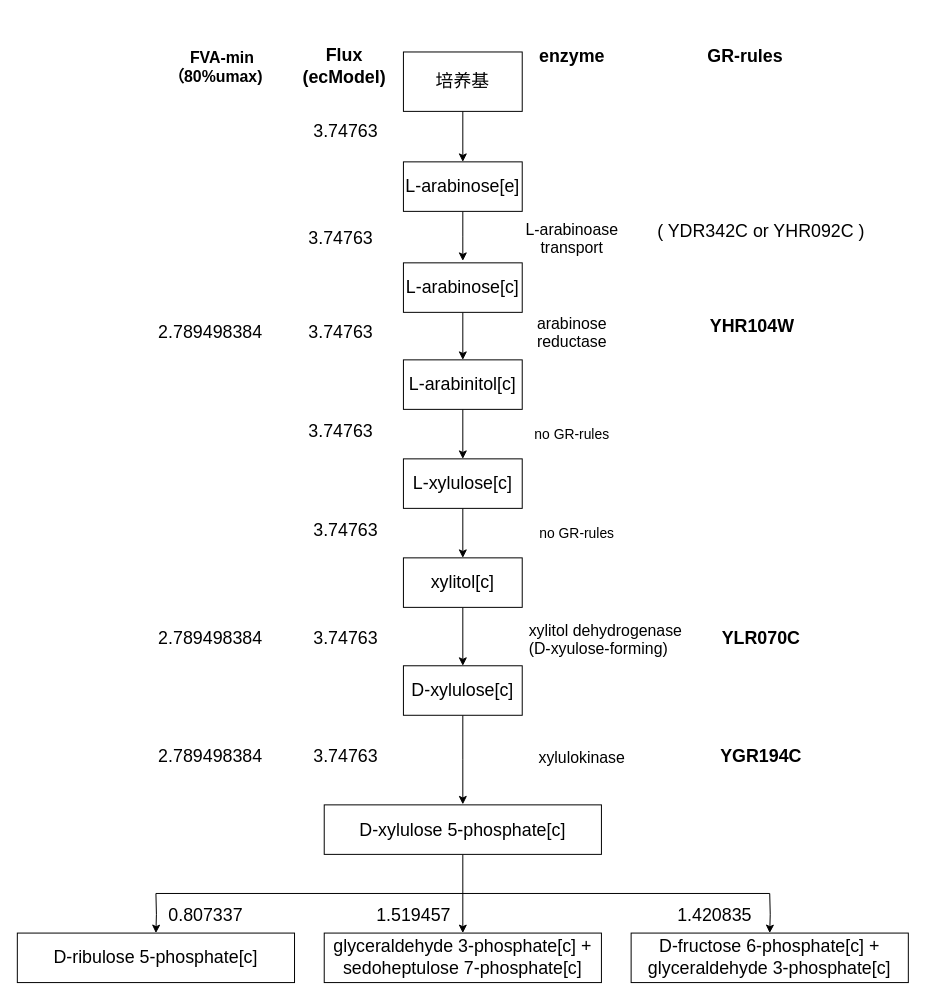
This is FLUX_necessity.drawio from awkil/drawio_o, a draw.io file, before an edit. Source tidied: cells renumbered, new cells numbered last; positions are measured from the earlier drawing's top-left corner, leaving out a move shared by most shapes. Both pictures are drawn from the tidied source at 99%, with x=0, y=0 at pixel (17, 17).
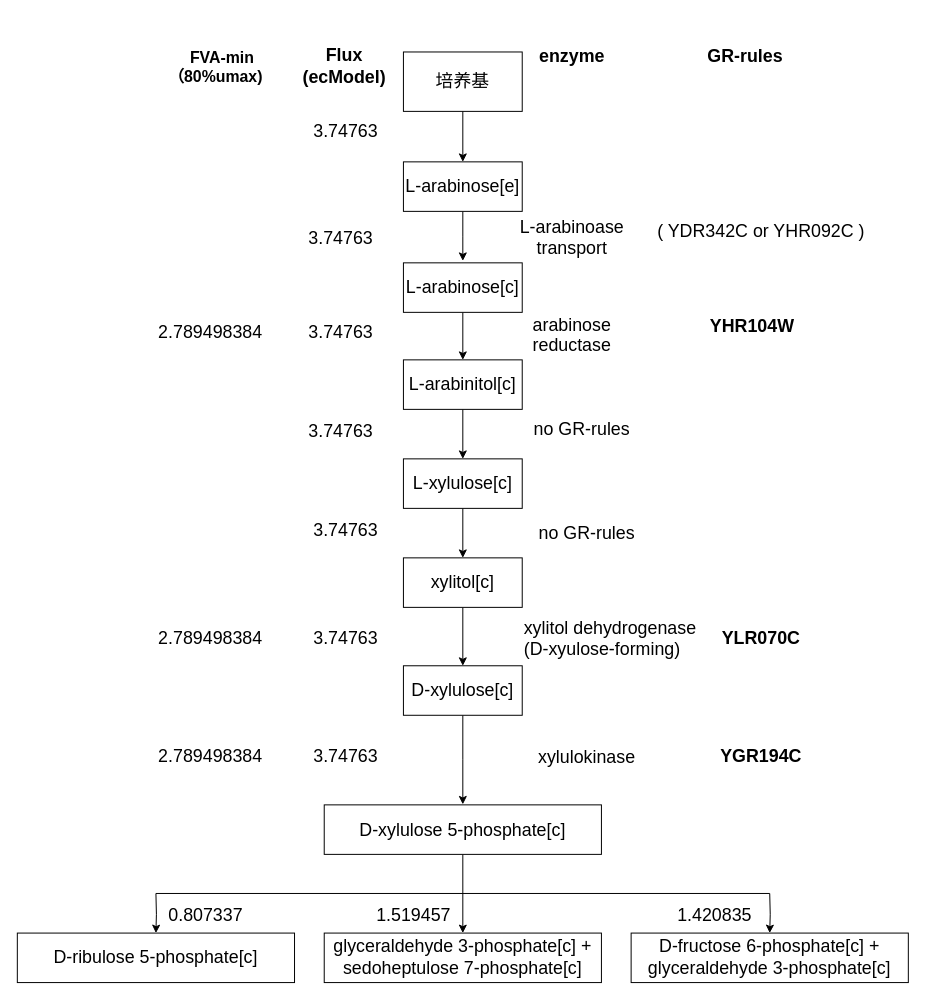
The same diagram, later.

Diff of the diagram source:
```diff
@@
-    <mxCell id="28" value="&lt;font style=&quot;font-size: 12px;&quot;&gt;&lt;br&gt;&lt;/font&gt;&lt;table style=&quot;border-collapse:&lt;br/&gt; collapse;width:152pt&quot; width=&quot;202&quot; cellspacing=&quot;0&quot; cellpadding=&quot;0&quot; border=&quot;0&quot;&gt;&lt;tbody&gt;&lt;tr style=&quot;height:14.25pt&quot; height=&quot;19&quot;&gt;  &lt;td style=&quot;height:14.25pt;width:152pt&quot; width=&quot;202&quot; class=&quot;xl65&quot; height=&quot;19&quot;&gt;&lt;font size=&quot;3&quot;&gt;arabinose&lt;br&gt;  reductase&lt;/font&gt;&lt;/td&gt;&lt;/tr&gt;&lt;/tbody&gt;&lt;/table&gt;" style="text;html=1;align=center;verticalAlign=middle;strokeColor=none;fillColor=none;" parent="1" vertex="1">
-      <mxGeometry x="445" y="276" width="230" height="70" as="geometry" />
+    <mxCell id="28" value="&lt;font style=&quot;font-size: 18px;&quot;&gt;&lt;br&gt;&lt;/font&gt;&lt;table style=&quot;border-collapse:&lt;br/&gt; collapse;width:152pt&quot; width=&quot;202&quot; cellspacing=&quot;0&quot; cellpadding=&quot;0&quot; border=&quot;0&quot;&gt;&lt;tbody&gt;&lt;tr style=&quot;height:14.25pt&quot; height=&quot;19&quot;&gt;  &lt;td style=&quot;height:14.25pt;width:152pt&quot; width=&quot;202&quot; class=&quot;xl65&quot; height=&quot;19&quot;&gt;&lt;font style=&quot;font-size: 18px;&quot;&gt;arabinose&lt;br&gt;  reductase&lt;/font&gt;&lt;/td&gt;&lt;/tr&gt;&lt;/tbody&gt;&lt;/table&gt;" style="text;html=1;align=center;verticalAlign=middle;strokeColor=none;fillColor=none;" parent="1" vertex="1">
+      <mxGeometry x="445" y="271" width="230" height="80" as="geometry" />
     </mxCell>
-    <mxCell id="29" value="&lt;font style=&quot;font-size: 12px;&quot;&gt;&lt;br&gt;&lt;/font&gt;&lt;table style=&quot;border-collapse:&lt;br/&gt; collapse;width:152pt&quot; width=&quot;202&quot; cellspacing=&quot;0&quot; cellpadding=&quot;0&quot; border=&quot;0&quot;&gt;&lt;tbody&gt;&lt;tr style=&quot;height:14.25pt&quot; height=&quot;19&quot;&gt;  &lt;td style=&quot;height:14.25pt;width:152pt&quot; width=&quot;202&quot; height=&quot;19&quot;&gt;&lt;font size=&quot;3&quot; style=&quot;&quot;&gt;L-arabinoase&lt;br&gt;  transport&lt;/font&gt;&lt;/td&gt;&lt;/tr&gt;&lt;/tbody&gt;&lt;/table&gt;" style="text;html=1;align=center;verticalAlign=middle;strokeColor=none;fillColor=none;" parent="1" vertex="1">
+    <mxCell id="29" value="&lt;font style=&quot;font-size: 12px;&quot;&gt;&lt;br&gt;&lt;/font&gt;&lt;table style=&quot;border-collapse:&lt;br/&gt; collapse;width:152pt&quot; width=&quot;202&quot; cellspacing=&quot;0&quot; cellpadding=&quot;0&quot; border=&quot;0&quot;&gt;&lt;tbody&gt;&lt;tr style=&quot;height:14.25pt&quot; height=&quot;19&quot;&gt;  &lt;td style=&quot;height:14.25pt;width:152pt&quot; width=&quot;202&quot; height=&quot;19&quot;&gt;&lt;font style=&quot;font-size: 18px;&quot;&gt;L-arabinoase&lt;br&gt;  transport&lt;/font&gt;&lt;/td&gt;&lt;/tr&gt;&lt;/tbody&gt;&lt;/table&gt;" style="text;html=1;align=center;verticalAlign=middle;strokeColor=none;fillColor=none;" parent="1" vertex="1">
       <mxGeometry x="445" y="181" width="230" height="70" as="geometry" />
     </mxCell>
@@
-    <mxCell id="33" value="&lt;font style=&quot;font-size: 14px;&quot;&gt;no GR-rules&lt;/font&gt;" style="text;html=1;align=center;verticalAlign=middle;strokeColor=none;fillColor=none;" parent="1" vertex="1">
-      <mxGeometry x="510" y="406" width="100" height="30" as="geometry" />
+    <mxCell id="33" value="&lt;font style=&quot;font-size: 18px;&quot;&gt;no GR-rules&lt;/font&gt;" style="text;html=1;align=center;verticalAlign=middle;strokeColor=none;fillColor=none;" parent="1" vertex="1">
+      <mxGeometry x="510" y="396" width="120" height="40" as="geometry" />
     </mxCell>
-    <mxCell id="34" value="&lt;font style=&quot;font-size: 14px;&quot;&gt;no GR-rules&lt;/font&gt;" style="text;html=1;align=center;verticalAlign=middle;strokeColor=none;fillColor=none;" parent="1" vertex="1">
-      <mxGeometry x="515" y="506" width="100" height="30" as="geometry" />
+    <mxCell id="34" value="&lt;font style=&quot;font-size: 18px;&quot;&gt;no GR-rules&lt;/font&gt;" style="text;html=1;align=center;verticalAlign=middle;strokeColor=none;fillColor=none;" parent="1" vertex="1">
+      <mxGeometry x="515" y="501" width="120" height="40" as="geometry" />
     </mxCell>
@@
-    <mxCell id="36" value="&lt;font style=&quot;font-size: 14px;&quot;&gt;&lt;br&gt;&lt;/font&gt;&lt;table style=&quot;border-collapse:&lt;br/&gt; collapse;width:152pt&quot; width=&quot;202&quot; cellspacing=&quot;0&quot; cellpadding=&quot;0&quot; border=&quot;0&quot;&gt;&lt;tbody&gt;&lt;tr style=&quot;height:14.25pt&quot; height=&quot;19&quot;&gt;  &lt;td style=&quot;height:14.25pt;width:152pt&quot; width=&quot;202&quot; class=&quot;xl65&quot; height=&quot;19&quot;&gt;&lt;font size=&quot;3&quot;&gt;xylitol dehydrogenase &lt;br&gt;(D-xyulose-forming)&lt;/font&gt;&lt;/td&gt;&lt;/tr&gt;&lt;/tbody&gt;&lt;/table&gt;" style="text;html=1;align=left;verticalAlign=middle;strokeColor=none;fillColor=none;" parent="1" vertex="1">
-      <mxGeometry x="515" y="585" width="230" height="70" as="geometry" />
+    <mxCell id="36" value="&lt;font style=&quot;font-size: 14px;&quot;&gt;&lt;br&gt;&lt;/font&gt;&lt;table style=&quot;border-collapse:&lt;br/&gt; collapse;width:152pt&quot; width=&quot;202&quot; cellspacing=&quot;0&quot; cellpadding=&quot;0&quot; border=&quot;0&quot;&gt;&lt;tbody&gt;&lt;tr style=&quot;height:14.25pt&quot; height=&quot;19&quot;&gt;  &lt;td style=&quot;height:14.25pt;width:152pt&quot; width=&quot;202&quot; class=&quot;xl65&quot; height=&quot;19&quot;&gt;&lt;font style=&quot;font-size: 18px;&quot;&gt;xylitol dehydrogenase &lt;br&gt;(D-xyulose-forming)&lt;/font&gt;&lt;/td&gt;&lt;/tr&gt;&lt;/tbody&gt;&lt;/table&gt;" style="text;html=1;align=left;verticalAlign=middle;strokeColor=none;fillColor=none;" parent="1" vertex="1">
+      <mxGeometry x="510" y="585" width="230" height="70" as="geometry" />
     </mxCell>
-    <mxCell id="37" value="&lt;font style=&quot;font-size: 14px;&quot;&gt;&lt;br&gt;&lt;/font&gt;&lt;table style=&quot;border-collapse:&lt;br/&gt; collapse;width:152pt&quot; width=&quot;202&quot; cellspacing=&quot;0&quot; cellpadding=&quot;0&quot; border=&quot;0&quot;&gt;&lt;tbody&gt;&lt;tr style=&quot;height:14.25pt&quot; height=&quot;19&quot;&gt;  &lt;td style=&quot;height:14.25pt;width:152pt&quot; width=&quot;202&quot; class=&quot;xl65&quot; height=&quot;19&quot;&gt;&lt;font size=&quot;3&quot; style=&quot;&quot;&gt;xylulokinase&lt;/font&gt;&lt;/td&gt;&lt;/tr&gt;&lt;/tbody&gt;&lt;/table&gt;" style="text;html=1;align=center;verticalAlign=middle;strokeColor=none;fillColor=none;" parent="1" vertex="1">
-      <mxGeometry x="455" y="715" width="230" height="50" as="geometry" />
+    <mxCell id="37" value="&lt;font style=&quot;font-size: 14px;&quot;&gt;&lt;br&gt;&lt;/font&gt;&lt;table style=&quot;border-collapse:&lt;br/&gt; collapse;width:152pt&quot; width=&quot;202&quot; cellspacing=&quot;0&quot; cellpadding=&quot;0&quot; border=&quot;0&quot;&gt;&lt;tbody&gt;&lt;tr style=&quot;height:14.25pt&quot; height=&quot;19&quot;&gt;  &lt;td style=&quot;height:14.25pt;width:152pt&quot; width=&quot;202&quot; class=&quot;xl65&quot; height=&quot;19&quot;&gt;&lt;font style=&quot;font-size: 18px;&quot;&gt;xylulokinase&lt;/font&gt;&lt;/td&gt;&lt;/tr&gt;&lt;/tbody&gt;&lt;/table&gt;" style="text;html=1;align=center;verticalAlign=middle;strokeColor=none;fillColor=none;" parent="1" vertex="1">
+      <mxGeometry x="460" y="715" width="230" height="50" as="geometry" />
     </mxCell>
```
